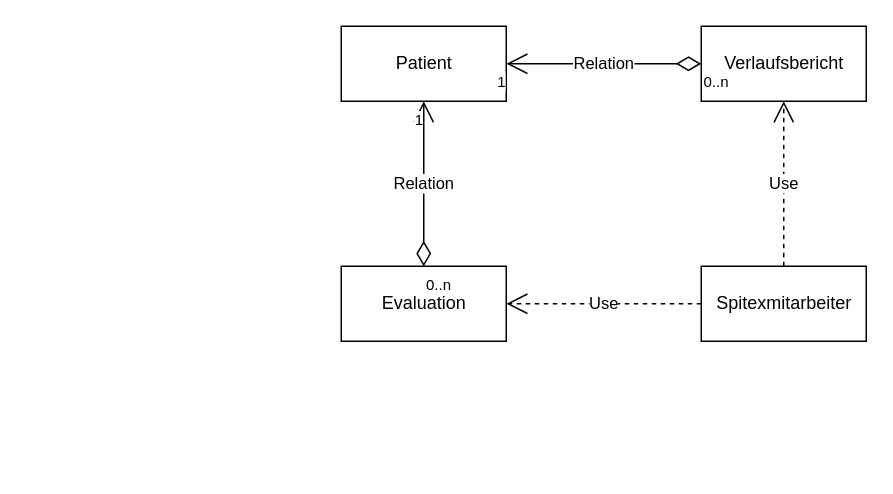
Earlier version of the draw.io diagram doc/task02/system_model_object.drawio (ceoy/ch.bfh.bti7081.s2019.black). Source tidied: cells renumbered, new cells numbered last; positions are measured from the earlier drawing's top-left corner, leaving out a move shared by most shapes. Both pictures are drawn from the tidied source at 150%, with x=0, y=0 at pixel (340, 26).
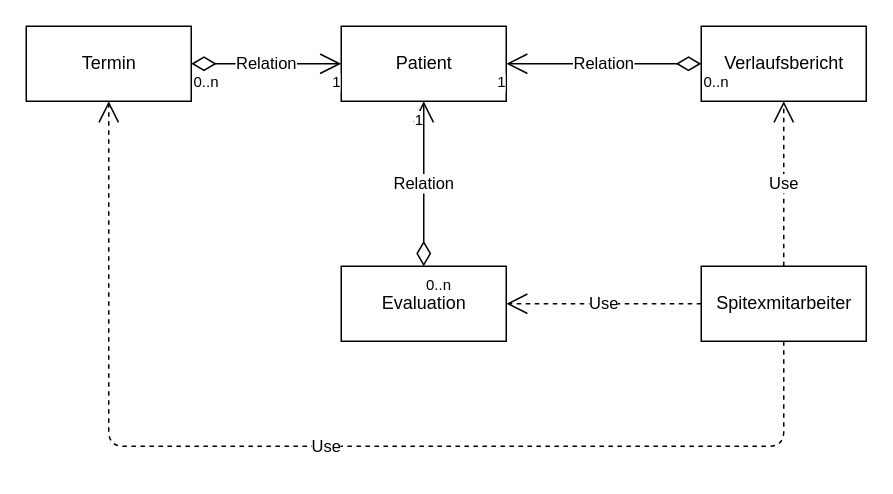
The same page after the edit.

Commit message (it also covers changes not shown here):
system model object termin erweitert

The change refers to these unchanged cells:
```xml
<mxCell id="2" value="Patient" style="html=1;" parent="1" vertex="1">
  <mxGeometry width="110" height="50" as="geometry" />
</mxCell>
<mxCell id="3" value="Spitexmitarbeiter" style="html=1;" parent="1" vertex="1">
  <mxGeometry x="240" y="160" width="110" height="50" as="geometry" />
</mxCell>
```

Change to the diagram source:
```diff
@@
+    <mxCell id="14" value="Termin" style="html=1;" parent="1" vertex="1">
+      <mxGeometry x="-210" width="110" height="50" as="geometry" />
+    </mxCell>
+    <mxCell id="15" value="Relation" style="endArrow=open;html=1;endSize=12;startArrow=diamondThin;startSize=14;startFill=0;edgeStyle=orthogonalEdgeStyle;entryX=0;entryY=0.5;entryDx=0;entryDy=0;exitX=1;exitY=0.5;exitDx=0;exitDy=0;" parent="1" edge="1" source="14" target="2">
+      <mxGeometry relative="1" as="geometry" />
+    </mxCell>
+    <mxCell id="16" value="0..n" style="html=1;align=left;verticalAlign=top;labelBackgroundColor=#ffffff;fontSize=10;" parent="15" vertex="1">
+      <mxGeometry x="-1" relative="1" as="geometry" />
+    </mxCell>
+    <mxCell id="17" value="1" style="html=1;align=right;verticalAlign=top;labelBackgroundColor=#ffffff;fontSize=10;" parent="15" vertex="1">
+      <mxGeometry x="1" relative="1" as="geometry" />
+    </mxCell>
+    <mxCell id="18" value="Use" style="endArrow=open;endSize=12;dashed=1;html=1;entryX=0.5;entryY=1;entryDx=0;entryDy=0;exitX=0.5;exitY=1;exitDx=0;exitDy=0;" parent="1" edge="1" source="3" target="14">
+      <mxGeometry relative="1" as="geometry">
+        <Array as="points">
+          <mxPoint x="295" y="280" />
+          <mxPoint x="-155" y="280" />
+        </Array>
+      </mxGeometry>
+    </mxCell>
```
